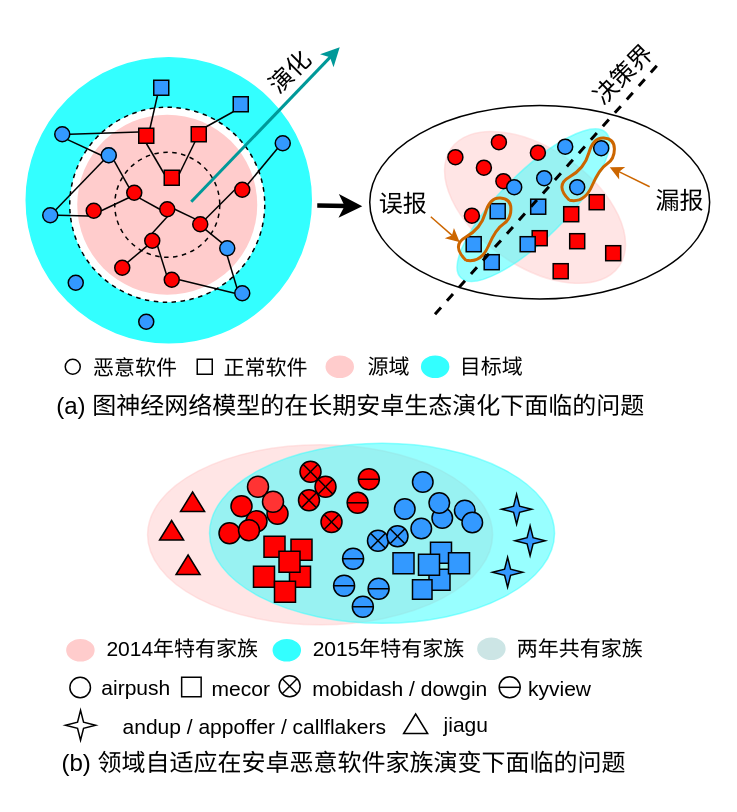
The draw.io diagram importance_weight_schema.drawio in sunray42/diagrams, before the edit. Source tidied: cells renumbered, new cells numbered last; positions are measured from the earlier drawing's top-left corner, leaving out a move shared by most shapes. Both pictures are drawn from the tidied source at 150%, with x=0, y=0 at pixel (26, 46).
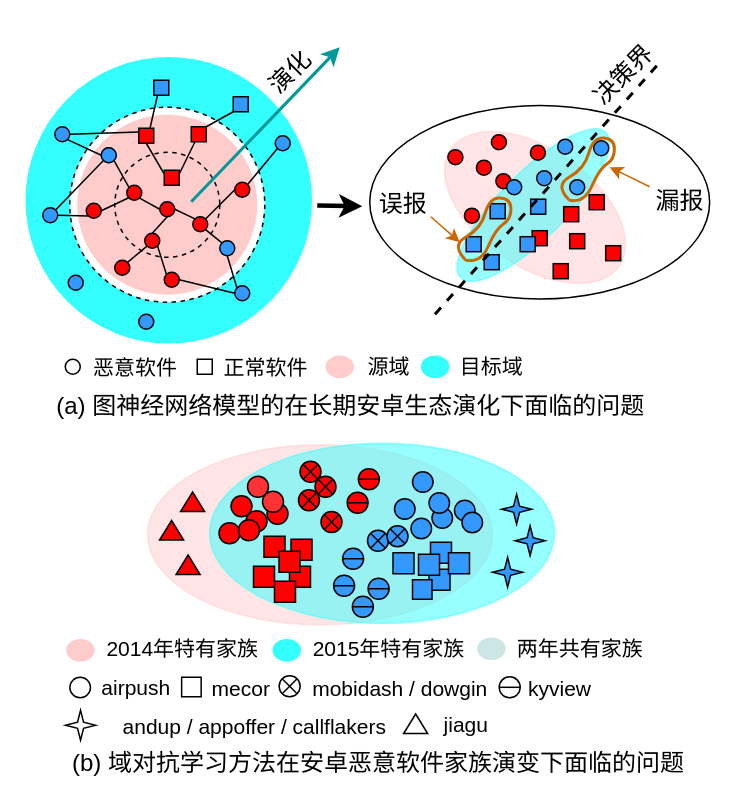
The same page after the edit.

What changed in the source:
```diff
@@
-    <mxCell id="67" value="&lt;font style=&quot;font-size: 16px;&quot;&gt;(b) 领域自适应在安卓恶意软件家族演变下面临的问题&lt;/font&gt;" style="text;html=1;strokeColor=none;fillColor=none;align=center;verticalAlign=middle;whiteSpace=wrap;rounded=0;fontSize=14;" parent="1" vertex="1">
-      <mxGeometry x="19" y="462" width="386" height="30" as="geometry" />
+    <mxCell id="67" value="&lt;font style=&quot;font-size: 16px;&quot;&gt;(b) 域对抗学习方法在安卓恶意软件家族演变下面临的问题&lt;/font&gt;" style="text;html=1;strokeColor=none;fillColor=none;align=center;verticalAlign=middle;whiteSpace=wrap;rounded=0;fontSize=14;" parent="1" vertex="1">
+      <mxGeometry x="21" y="462" width="428" height="30" as="geometry" />
     </mxCell>
```
